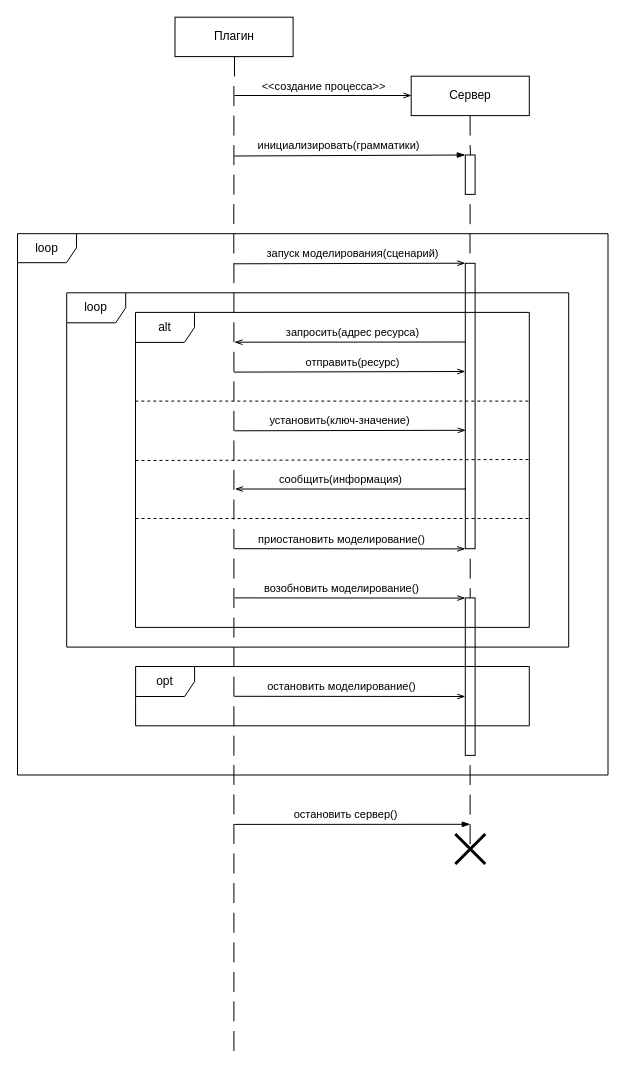
Above: диаграммы последовательностей.drawio in AntonBush/vkrb (draw.io), before the change. Source tidied: cells renumbered, new cells numbered last; positions are measured from the earlier drawing's top-left corner, leaving out a move shared by most shapes. Both pictures are drawn from the tidied source at 100%, with x=0, y=0 at pixel (17, 17).
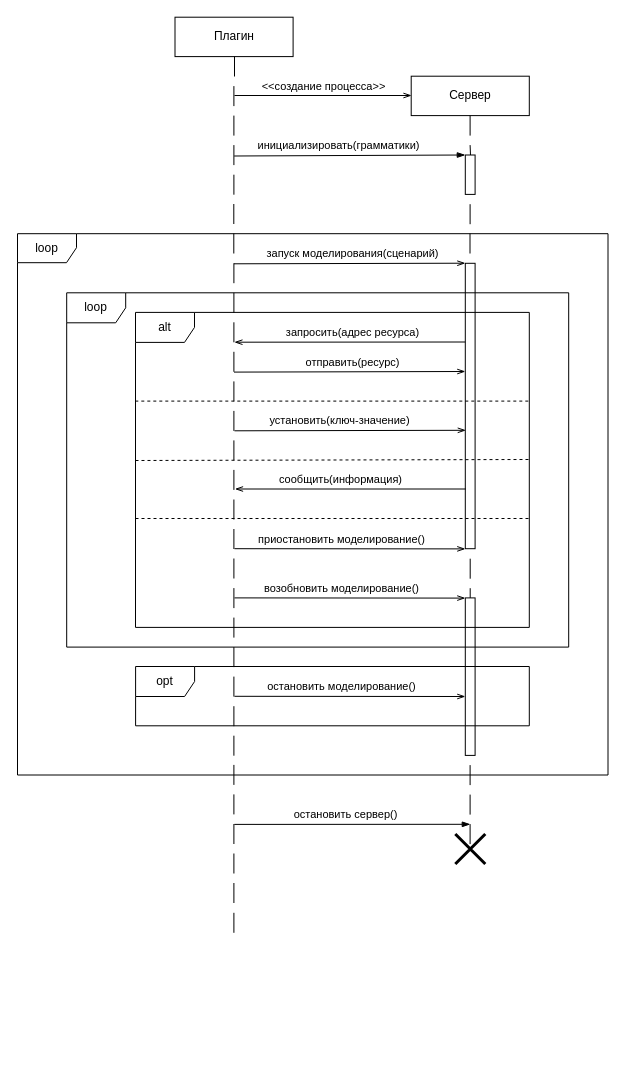
The same page after the edit.

Diff of the diagram source:
```diff
@@
-    <mxCell id="61" style="endArrow=none;html=1;rounded=0;strokeWidth=1;jumpStyle=none;perimeterSpacing=0;fixDash=0;entryX=0.5;entryY=1;entryDx=0;entryDy=0;" parent="1" edge="1">
-      <mxGeometry relative="1" as="geometry">
-        <mxPoint x="216.4" y="944.9" as="sourcePoint" />
-        <mxPoint x="216.4" y="924.9" as="targetPoint" />
-      </mxGeometry>
-    </mxCell>
-    <mxCell id="62" style="endArrow=none;html=1;rounded=0;strokeWidth=1;jumpStyle=none;perimeterSpacing=0;fixDash=0;entryX=0.5;entryY=1;entryDx=0;entryDy=0;" parent="1" edge="1">
-      <mxGeometry relative="1" as="geometry">
-        <mxPoint x="216.4" y="974.4" as="sourcePoint" />
-        <mxPoint x="216.4" y="954.4" as="targetPoint" />
-      </mxGeometry>
-    </mxCell>
-    <mxCell id="63" style="endArrow=none;html=1;rounded=0;strokeWidth=1;jumpStyle=none;perimeterSpacing=0;fixDash=0;entryX=0.5;entryY=1;entryDx=0;entryDy=0;" parent="1" edge="1">
-      <mxGeometry relative="1" as="geometry">
-        <mxPoint x="216.4" y="1003.9" as="sourcePoint" />
-        <mxPoint x="216.4" y="983.9" as="targetPoint" />
-      </mxGeometry>
-    </mxCell>
-    <mxCell id="64" style="endArrow=none;html=1;rounded=0;strokeWidth=1;jumpStyle=none;perimeterSpacing=0;fixDash=0;entryX=0.5;entryY=1;entryDx=0;entryDy=0;" parent="1" edge="1">
-      <mxGeometry relative="1" as="geometry">
-        <mxPoint x="216.4" y="1033.5" as="sourcePoint" />
-        <mxPoint x="216.4" y="1013.5" as="targetPoint" />
-      </mxGeometry>
-    </mxCell>
```
